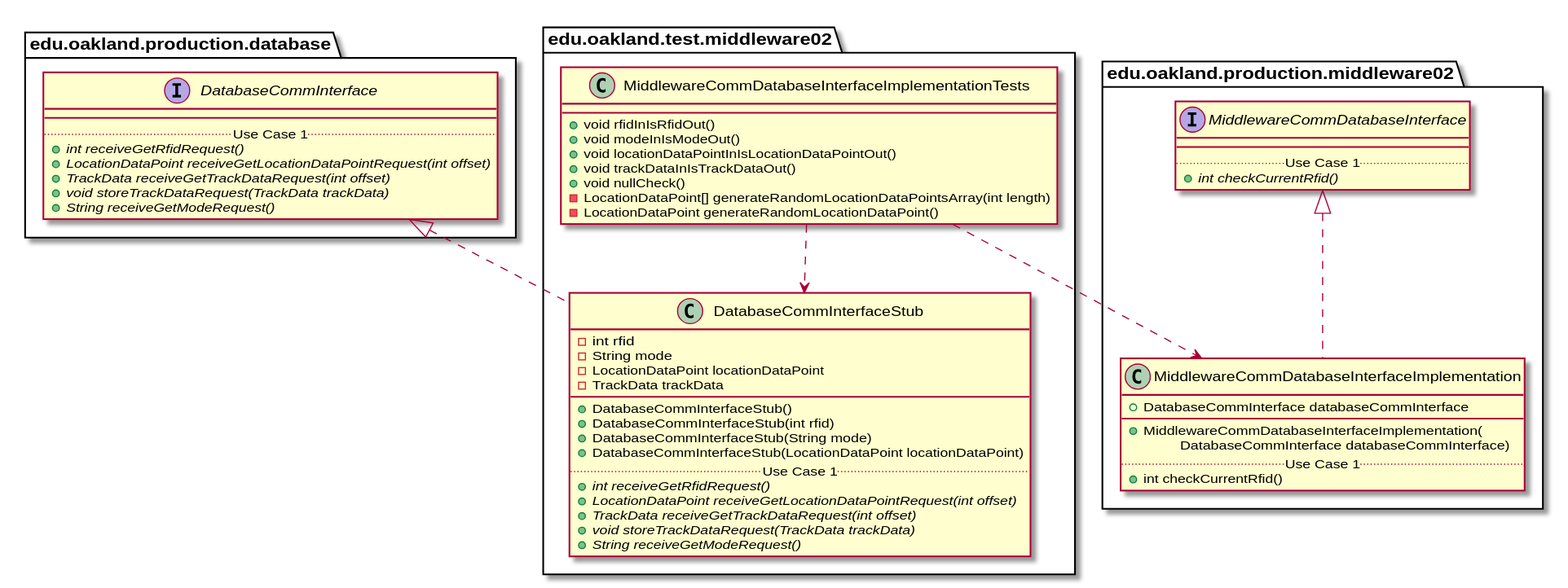
Above: docs/uml-class-diagrams/middleware02/test/MiddlewareCommDatabaseInterfaceImplementationTests/MiddlewareCommDatabaseInterfaceImplementationTests_Closure.svg in andrewdimmer/csi-3370-software-project (PlantUML), before the change.
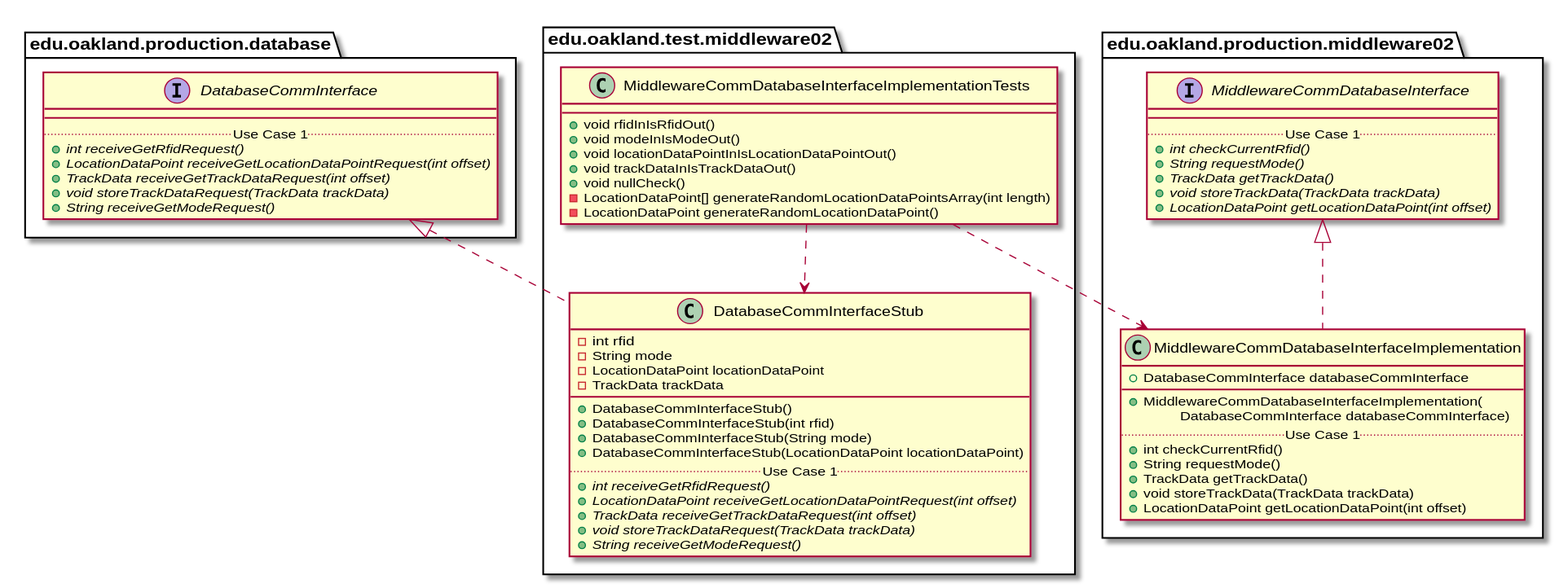
After the commit.

Change to the diagram source:
```diff
@@ -72,6 +72,10 @@
         \tDatabaseCommInterface databaseCommInterface)
         .. Use Case 1 ..
         + int checkCurrentRfid()
+        + String requestMode()
+        + TrackData getTrackData()
+        + void storeTrackData(TrackData trackData)
+        + LocationDataPoint getLocationDataPoint(int offset)
     }
 }
 
@@ -83,6 +87,10 @@
         __
         .. Use Case 1 ..
         {abstract} + int checkCurrentRfid()
+        {abstract} + String requestMode()
+        {abstract} + TrackData getTrackData()
+        {abstract} + void storeTrackData(TrackData trackData)
+        {abstract} + LocationDataPoint getLocationDataPoint(int offset)
     }
 }
 
```
